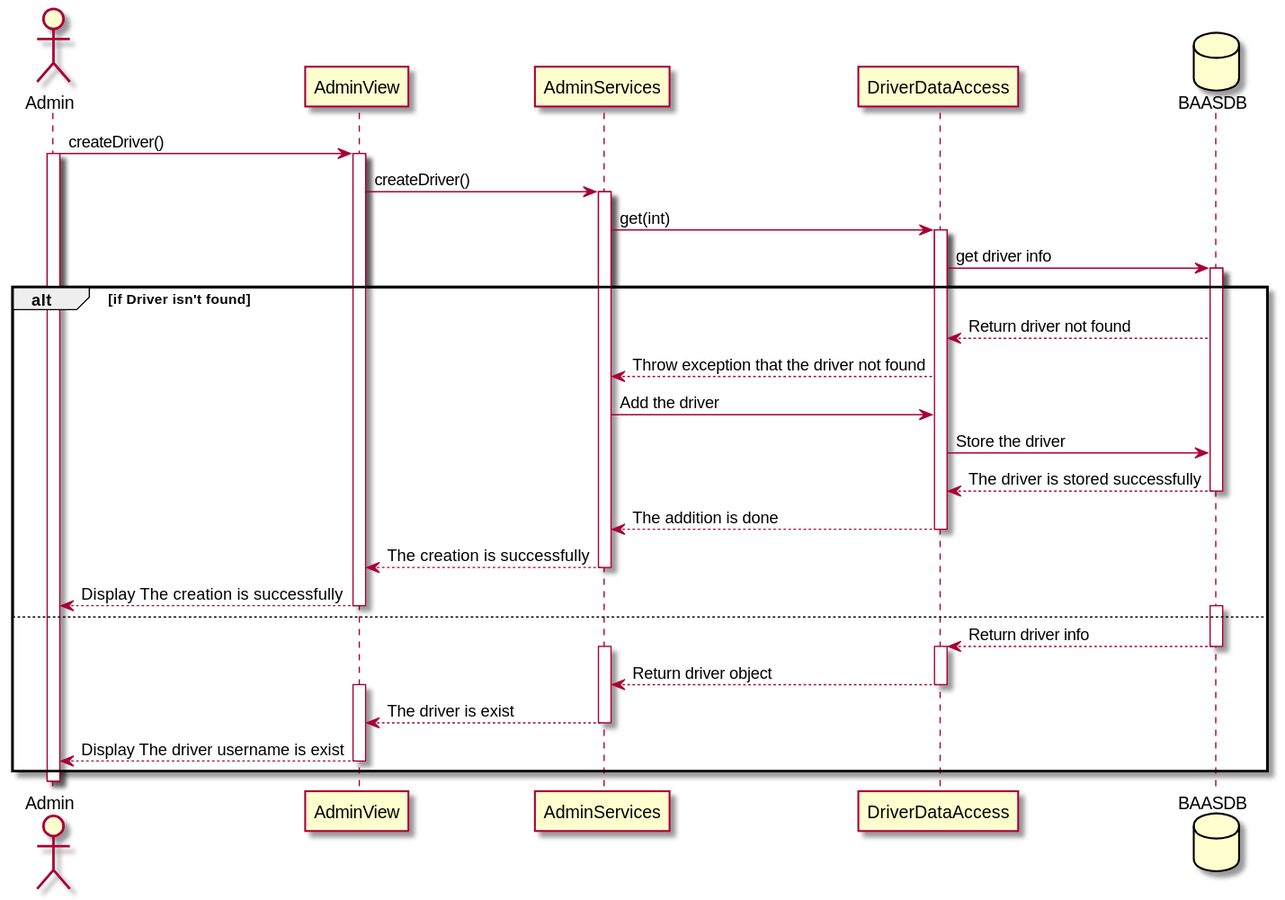
moazbasheer/BaaS_GP keeps this PlantUML diagram as Sequence Diagrams/svg/createDriverAccount.svg. Above is the earlier version. Source of this version:
```plantuml
@startuml
  actor Admin  as Admin
  participant AdminView as AdminView
  participant AdminServices as AdminServices
  participant DriverDataAccess as DriverDataAccess
  database BAASDB as BaasDB
  Admin -> AdminView : createDriver()
  activate Admin
  activate AdminView
  AdminView -> AdminServices : createDriver()
  activate AdminServices
  AdminServices -> DriverDataAccess : get(int)
  activate DriverDataAccess
  DriverDataAccess -> BaasDB : get driver info
  activate BaasDB
  alt  if Driver isn't found
    BaasDB --> DriverDataAccess : Return driver not found
    DriverDataAccess --> AdminServices : Throw exception that the driver not found
    AdminServices -> DriverDataAccess : Add the driver
    DriverDataAccess -> BaasDB : Store the driver
    BaasDB --> DriverDataAccess : The driver is stored successfully
    deactivate BaasDB
    DriverDataAccess --> AdminServices : The addition is done
    deactivate DriverDataAccess
    AdminServices --> AdminView: The creation is successfully
    deactivate AdminServices
    AdminView --> Admin : Display The creation is successfully
    deactivate AdminView
  else
    activate BaasDB
    BaasDB --> DriverDataAccess : Return driver info
    deactivate BaasDB
    activate DriverDataAccess
    activate AdminServices
    DriverDataAccess --> AdminServices : Return driver object
    deactivate DriverDataAccess
    activate AdminView
    AdminServices --> AdminView: The driver is exist
    deactivate AdminServices
    AdminView --> Admin : Display The driver username is exist
    deactivate AdminView
  end
@enduml
```
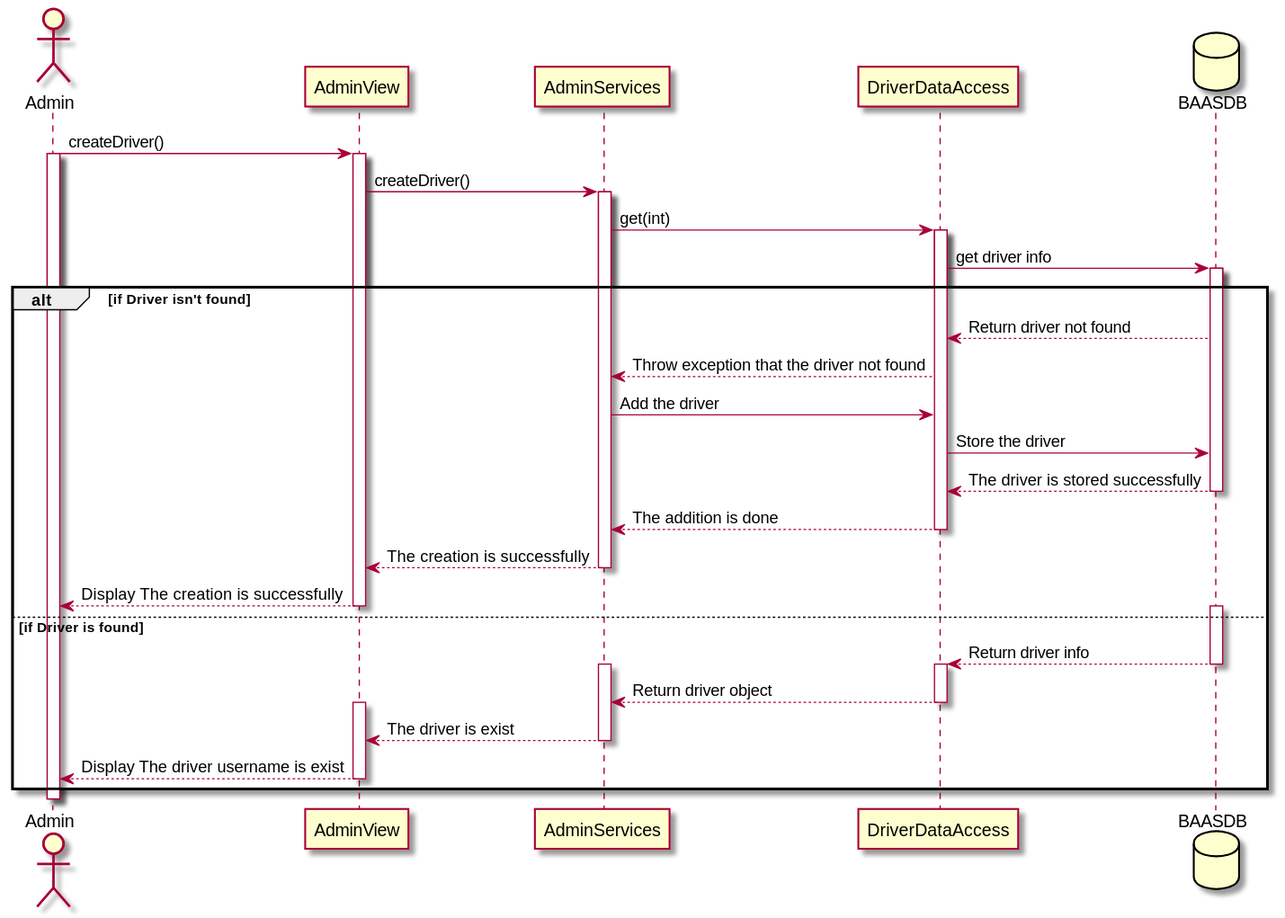
Later version of the same file.

What changed in the source:
```diff
@@ -26,7 +26,7 @@
     deactivate AdminServices
     AdminView --> Admin : Display The creation is successfully
     deactivate AdminView
-  else
+  else if Driver is found
     activate BaasDB
     BaasDB --> DriverDataAccess : Return driver info
     deactivate BaasDB
```
